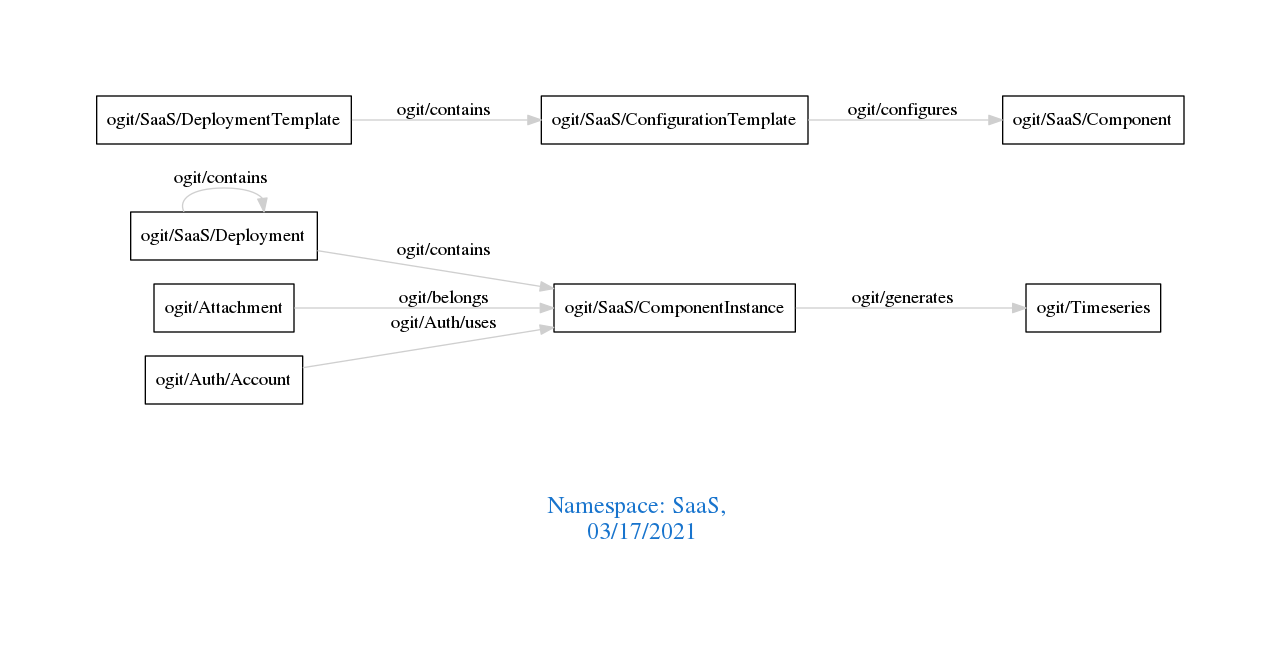
Above: downloads/SaaS.png in arago/OGIT (Graphviz), before the change. Its source is kept beside it as downloads/SaaS.dot. Its diagram source:
```dot
digraph OGIT_ontology {
 graph [ rankdir= LR,pad=1
fontsize = 18,
fontcolor= dodgerblue3,label = "\n\n\nNamespace: SaaS, \n 03/17/2021"];
node[shape=polygon];
edge [  color="gray81"];

   "ogit/SaaS/Deployment" -> "ogit/SaaS/ComponentInstance" [label="   ogit/contains    "];
   "ogit/SaaS/DeploymentTemplate" -> "ogit/SaaS/ConfigurationTemplate" [label="   ogit/contains    "];
   "ogit/SaaS/ComponentInstance" -> "ogit/Timeseries" [label="   ogit/generates    "];
   "ogit/SaaS/ConfigurationTemplate" -> "ogit/SaaS/Component" [label="   ogit/configures    "];
   "ogit/Attachment" -> "ogit/SaaS/ComponentInstance" [label="   ogit/belongs    "];
   "ogit/Auth/Account" -> "ogit/SaaS/ComponentInstance" [label="   ogit/Auth/uses    "];
   "ogit/SaaS/Deployment" -> "ogit/SaaS/Deployment" [label="   ogit/contains    "];
}
```
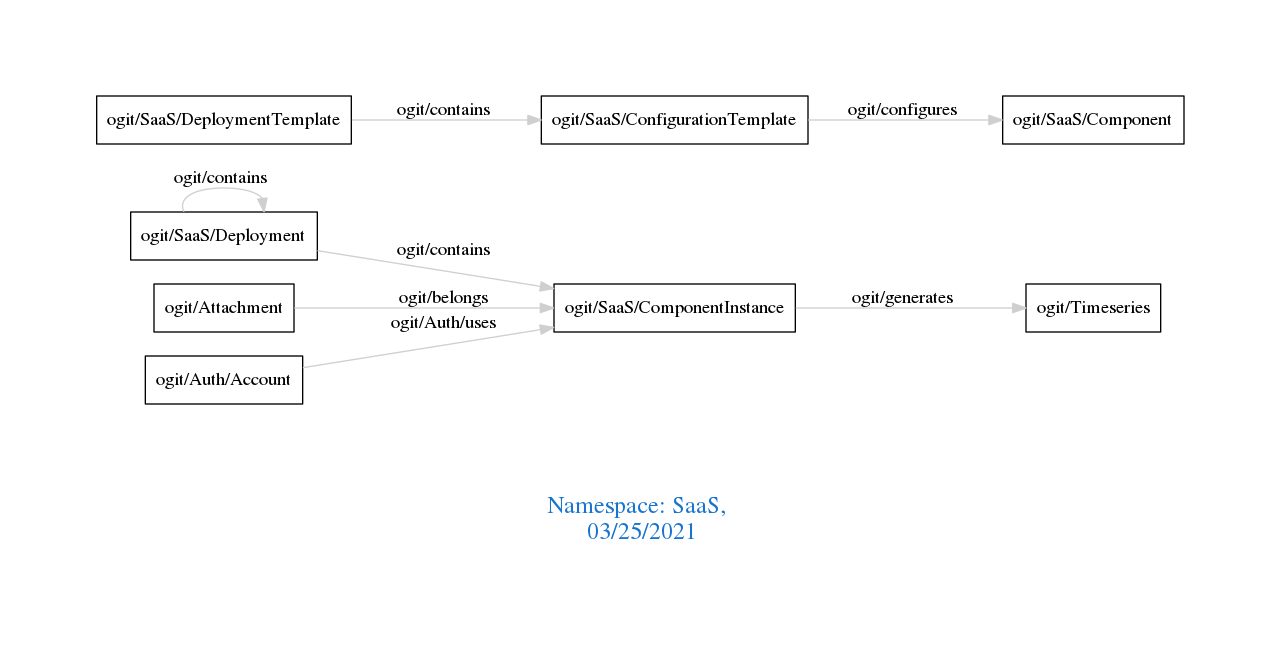
After the change.

The edit, as a diff of the source:
```diff
@@ -1,7 +1,7 @@
 digraph OGIT_ontology {
  graph [ rankdir= LR,pad=1
 fontsize = 18,
-fontcolor= dodgerblue3,label = "\n\n\nNamespace: SaaS, \n 03/17/2021"];
+fontcolor= dodgerblue3,label = "\n\n\nNamespace: SaaS, \n 03/25/2021"];
 node[shape=polygon];
 edge [  color="gray81"];
 
```
